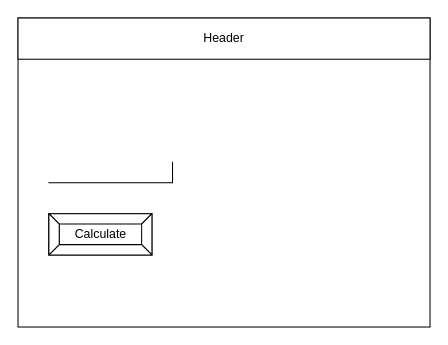
Above: design/story-board.drawio in Timothy-Manwell/ICS2O-Unit6-03 (draw.io), before the change. Source tidied: cells renumbered, new cells numbered last; positions are measured from the earlier drawing's top-left corner, leaving out a move shared by most shapes. Both pictures are drawn from the tidied source at 103%, with x=0, y=0 at pixel (18, 18).
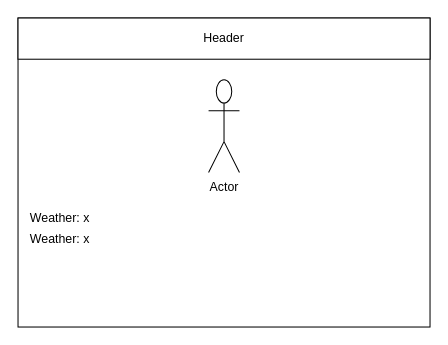
Above is the later version.

What changed in the source:
```diff
@@
 <mxGraphModel>
   <root>
     <mxCell id="0" />
     <mxCell id="1" parent="0" />
     <mxCell id="2" style="rounded=0;whiteSpace=wrap;html=1;" parent="1" vertex="1">
       <mxGeometry width="400" height="300" as="geometry" />
     </mxCell>
     <mxCell id="3" value="Header" style="rounded=0;whiteSpace=wrap;html=1;" parent="1" vertex="1">
       <mxGeometry width="400" height="40" as="geometry" />
     </mxCell>
-    <mxCell id="4" style="shape=partialRectangle;whiteSpace=wrap;html=1;top=0;left=0;fillColor=none;" parent="1" vertex="1">
-      <mxGeometry x="30" y="140" width="120" height="20" as="geometry" />
-    </mxCell>
-    <mxCell id="5" value="Calculate" style="labelPosition=center;verticalLabelPosition=middle;align=center;html=1;shape=mxgraph.basic.button;dx=10;" parent="1" vertex="1">
-      <mxGeometry x="30" y="190" width="100" height="40" as="geometry" />
+    <mxCell id="5" value="Actor" style="shape=umlActor;verticalLabelPosition=bottom;verticalAlign=top;html=1;" parent="1" vertex="1">
+      <mxGeometry x="185" y="60" width="30" height="90" as="geometry" />
     </mxCell>
+    <mxCell id="6" value="Weather: x" style="text;html=1;strokeColor=none;fillColor=none;align=left;verticalAlign=middle;whiteSpace=wrap;rounded=0;" parent="1" vertex="1">
+      <mxGeometry x="10" y="180" width="120" height="30" as="geometry" />
+    </mxCell>
+    <mxCell id="7" value="Weather: x" style="text;html=1;strokeColor=none;fillColor=none;align=left;verticalAlign=middle;whiteSpace=wrap;rounded=0;" parent="1" vertex="1">
+      <mxGeometry x="10" y="200" width="120" height="30" as="geometry" />
+    </mxCell>
   </root>
 </mxGraphModel>
```
